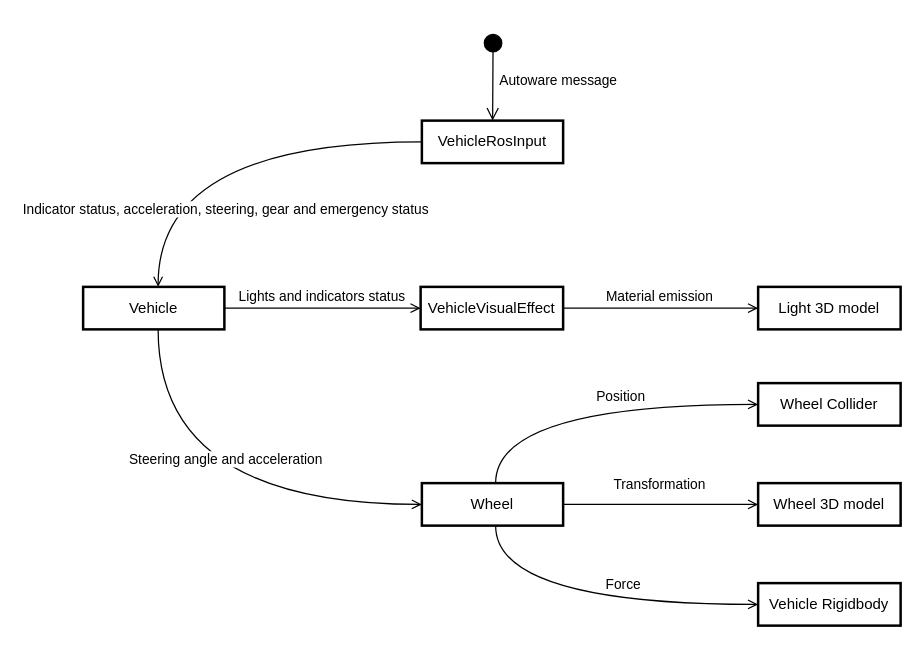
Before: docs/UserGuide/ProjectGuide/Components/EgoVehicle/ego_vehicle_flow.drawio in tier4/AWSIM, a draw.io diagram. Source tidied: cells renumbered, new cells numbered last; positions are measured from the earlier drawing's top-left corner, leaving out a move shared by most shapes. Both pictures are drawn from the tidied source at 125%, with x=0, y=0 at pixel (82, 32).
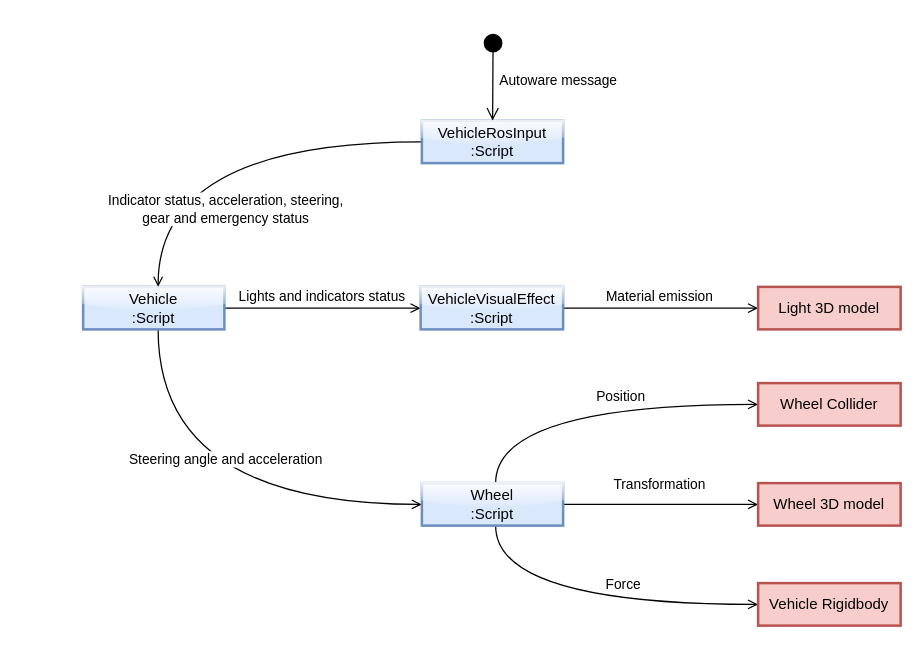
The same page after the edit.

Commit message (it also covers changes not shown here):
Improve 'Ego Vehicle' diagrams

The change refers to these unchanged cells:
```xml
<mxCell id="7" style="edgeStyle=orthogonalEdgeStyle;rounded=0;jettySize=auto;html=1;curved=1;endArrow=open;endFill=0;" parent="1" edge="1" source="9" target="6">
  <mxGeometry relative="1" as="geometry">
    <Array as="points">
      <mxPoint x="60" y="87" />
    </Array>
  </mxGeometry>
</mxCell>
```

Diff of the diagram source:
```diff
@@
-    <mxCell id="6" value="Vehicle" style="whiteSpace=wrap;strokeWidth=2;" parent="1" vertex="1">
+    <mxCell id="6" value="Vehicle&#10;:Script" style="whiteSpace=wrap;strokeWidth=2;fillColor=#dae8fc;strokeColor=#6c8ebf;glass=1;" parent="1" vertex="1">
       <mxGeometry y="203" width="113" height="34" as="geometry" />
     </mxCell>
@@
-    <mxCell id="8" value="Indicator status, acceleration, steering, gear and emergency status" style="edgeLabel;html=1;align=center;verticalAlign=middle;" parent="7" vertex="1">
+    <mxCell id="8" value="&lt;div&gt;Indicator status, acceleration, steering,&lt;/div&gt;&lt;div&gt;gear and emergency status&lt;/div&gt;" style="edgeLabel;html=1;align=center;verticalAlign=middle;" parent="7" vertex="1">
       <mxGeometry x="0.37" y="-18" relative="1" as="geometry">
         <mxPoint x="71" y="40" as="offset" />
       </mxGeometry>
     </mxCell>
-    <mxCell id="9" value="VehicleRosInput" style="whiteSpace=wrap;strokeWidth=2;" parent="1" vertex="1">
+    <mxCell id="9" value="VehicleRosInput&#10;:Script" style="whiteSpace=wrap;strokeWidth=2;fillColor=#dae8fc;strokeColor=#6c8ebf;glass=1;" parent="1" vertex="1">
       <mxGeometry x="271" y="70" width="113" height="34" as="geometry" />
     </mxCell>
@@
-    <mxCell id="12" value="VehicleVisualEffect" style="whiteSpace=wrap;strokeWidth=2;" parent="1" vertex="1">
+    <mxCell id="12" value="VehicleVisualEffect&#10;:Script" style="whiteSpace=wrap;strokeWidth=2;fillColor=#dae8fc;strokeColor=#6c8ebf;glass=1;" parent="1" vertex="1">
       <mxGeometry x="270" y="203" width="114" height="34" as="geometry" />
     </mxCell>
@@
-    <mxCell id="19" value="Wheel" style="whiteSpace=wrap;strokeWidth=2;" parent="1" vertex="1">
+    <mxCell id="19" value="Wheel&#10;:Script" style="whiteSpace=wrap;strokeWidth=2;fillColor=#dae8fc;strokeColor=#6c8ebf;glass=1;" parent="1" vertex="1">
       <mxGeometry x="271" y="360" width="113" height="34" as="geometry" />
     </mxCell>
@@
-    <mxCell id="21" value="Light 3D model" style="whiteSpace=wrap;strokeWidth=2;" parent="1" vertex="1">
+    <mxCell id="21" value="Light 3D model" style="whiteSpace=wrap;strokeWidth=2;fillColor=#f8cecc;strokeColor=#b85450;" parent="1" vertex="1">
       <mxGeometry x="540" y="203" width="114" height="34" as="geometry" />
     </mxCell>
-    <mxCell id="22" value="Wheel 3D model" style="whiteSpace=wrap;strokeWidth=2;" parent="1" vertex="1">
+    <mxCell id="22" value="Wheel 3D model" style="whiteSpace=wrap;strokeWidth=2;fillColor=#f8cecc;strokeColor=#b85450;" parent="1" vertex="1">
       <mxGeometry x="540" y="360" width="114" height="34" as="geometry" />
     </mxCell>
-    <mxCell id="23" value="Wheel Collider" style="whiteSpace=wrap;strokeWidth=2;" parent="1" vertex="1">
+    <mxCell id="23" value="Wheel Collider" style="whiteSpace=wrap;strokeWidth=2;fillColor=#f8cecc;strokeColor=#b85450;" parent="1" vertex="1">
       <mxGeometry x="540" y="280" width="114" height="34" as="geometry" />
     </mxCell>
-    <mxCell id="24" value="Vehicle Rigidbody" style="whiteSpace=wrap;strokeWidth=2;" parent="1" vertex="1">
+    <mxCell id="24" value="Vehicle Rigidbody" style="whiteSpace=wrap;strokeWidth=2;fillColor=#f8cecc;strokeColor=#b85450;" parent="1" vertex="1">
       <mxGeometry x="540" y="440" width="114" height="34" as="geometry" />
     </mxCell>
```
